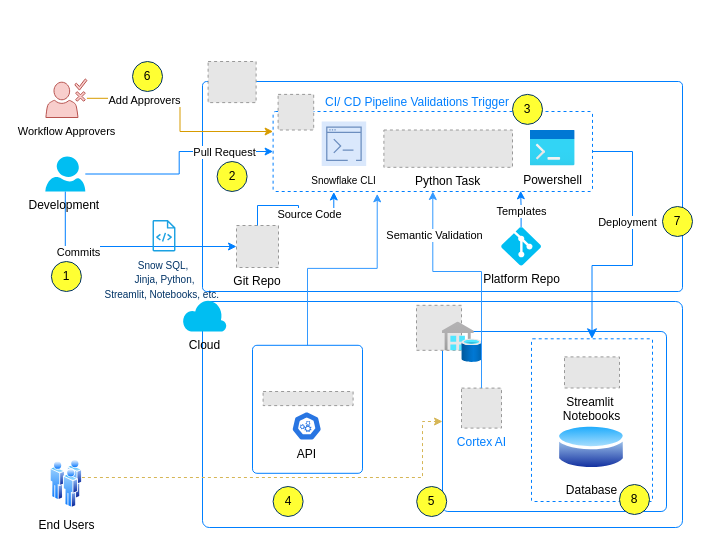
Before: servicenow-cortex-deployment.drawio in jijeeshme/diagrams, a draw.io diagram. Source tidied: cells renumbered, new cells numbered last; positions are measured from the earlier drawing's top-left corner, leaving out a move shared by most shapes. Both pictures are drawn from the tidied source at 100%, with x=0, y=0 at pixel (45, 61). Pictures stored in the file or linked from it are replaced by grey dashed boxes.
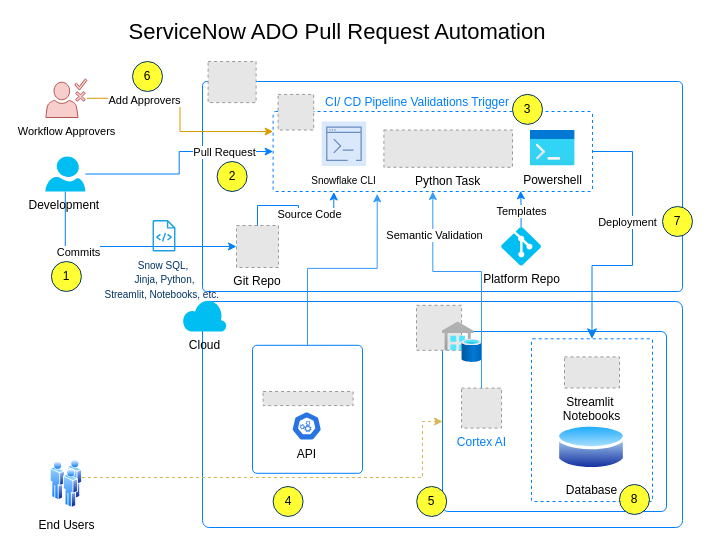
Above is the later version.

What changed in the source:
```diff
@@
+    <mxCell id="52" value="&lt;font style=&quot;font-size: 22px;&quot;&gt;ServiceNow ADO Pull Request Automation&lt;/font&gt;" style="text;html=1;align=center;verticalAlign=middle;whiteSpace=wrap;rounded=0;" parent="1" vertex="1">
+      <mxGeometry x="47" y="-44" width="490" height="30" as="geometry" />
+    </mxCell>
```
